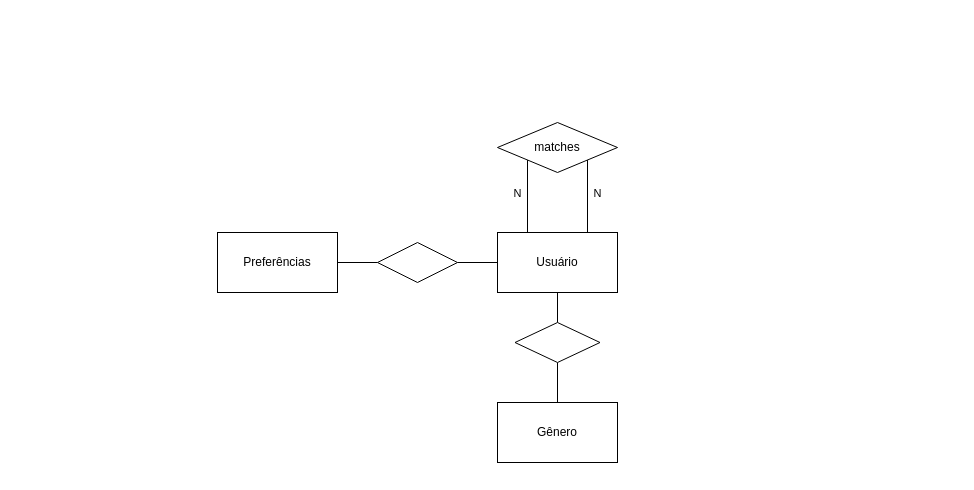
The draw.io diagram ban2_projeto_esquema_logico.drawio in pedroLFaria/ban2_projeto, before the edit. Source tidied: cells renumbered, new cells numbered last; positions are measured from the earlier drawing's top-left corner, leaving out a move shared by most shapes. Both pictures are drawn from the tidied source at 100%, with x=0, y=0 at pixel (217, 122).
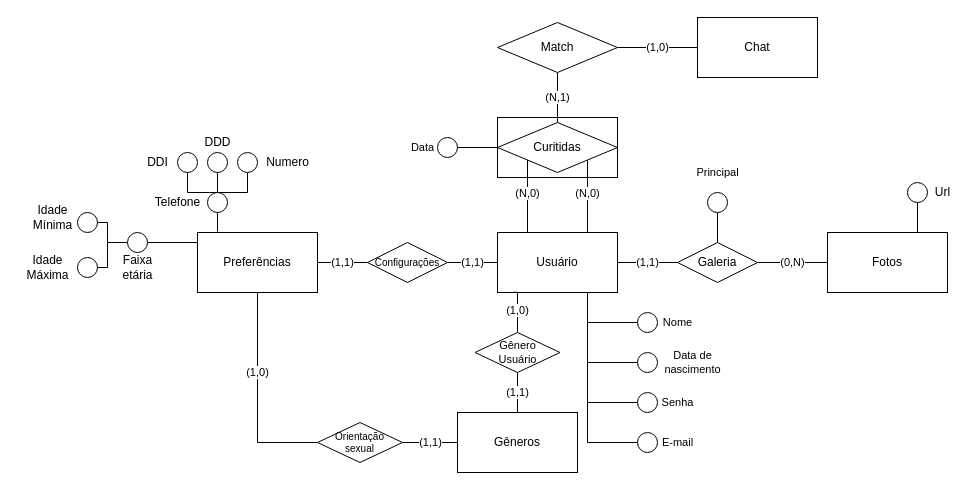
Above is the later version.

The change refers to these unchanged cells:
```xml
<mxCell id="3" value="Usuário" style="rounded=0;whiteSpace=wrap;html=1;" parent="1" vertex="1">
  <mxGeometry x="280" y="110" width="120" height="60" as="geometry" />
</mxCell>
```

The edit, as a diff of the source:
```diff
@@
+    <mxCell id="14" style="rounded=0;whiteSpace=wrap;html=1;fontSize=11;" parent="1" vertex="1">
+      <mxGeometry x="280" y="-5" width="120" height="60" as="geometry" />
+    </mxCell>
-    <mxCell id="2" style="edgeStyle=orthogonalEdgeStyle;rounded=0;jettySize=auto;html=1;endArrow=none;endFill=0;" parent="1" edge="1" source="3" target="12">
+    <mxCell id="2" value="(1,1)" style="edgeStyle=orthogonalEdgeStyle;rounded=0;jettySize=auto;html=1;endArrow=none;endFill=0;" parent="1" edge="1" source="3" target="12">
       <mxGeometry relative="1" as="geometry" />
     </mxCell>
+    <mxCell id="15" value="(1,1)" style="edgeStyle=orthogonalEdgeStyle;rounded=0;jettySize=auto;html=1;endArrow=none;endFill=0;" parent="1" edge="1" source="3" target="23">
+      <mxGeometry relative="1" as="geometry" />
+    </mxCell>
+    <mxCell id="16" style="edgeStyle=orthogonalEdgeStyle;rounded=0;jettySize=auto;html=1;exitX=0.75;exitY=1;exitDx=0;exitDy=0;entryX=0;entryY=0.5;entryDx=0;entryDy=0;fontSize=11;endArrow=none;endFill=0;" parent="1" edge="1" source="3" target="57">
+      <mxGeometry relative="1" as="geometry" />
+    </mxCell>
+    <mxCell id="17" style="edgeStyle=orthogonalEdgeStyle;rounded=0;jettySize=auto;html=1;exitX=0.75;exitY=1;exitDx=0;exitDy=0;entryX=0;entryY=0.5;entryDx=0;entryDy=0;fontSize=11;endArrow=none;endFill=0;" parent="1" edge="1" source="3" target="59">
+      <mxGeometry relative="1" as="geometry" />
+    </mxCell>
+    <mxCell id="18" style="edgeStyle=orthogonalEdgeStyle;rounded=0;jettySize=auto;html=1;exitX=0.75;exitY=1;exitDx=0;exitDy=0;entryX=0;entryY=0.5;entryDx=0;entryDy=0;fontSize=11;endArrow=none;endFill=0;" parent="1" edge="1" source="3" target="61">
+      <mxGeometry relative="1" as="geometry" />
+    </mxCell>
+    <mxCell id="19" style="edgeStyle=orthogonalEdgeStyle;rounded=0;jettySize=auto;html=1;exitX=0.75;exitY=1;exitDx=0;exitDy=0;entryX=0;entryY=0.5;entryDx=0;entryDy=0;fontSize=11;endArrow=none;endFill=0;" parent="1" edge="1" source="3" target="62">
+      <mxGeometry relative="1" as="geometry" />
+    </mxCell>
@@
-    <mxCell id="4" value="N" style="edgeStyle=orthogonalEdgeStyle;rounded=0;jettySize=auto;html=1;exitX=0;exitY=1;exitDx=0;exitDy=0;entryX=0.25;entryY=0;entryDx=0;entryDy=0;endArrow=none;endFill=0;" parent="1" edge="1" source="6" target="3">
-      <mxGeometry x="-0.1" y="-10" relative="1" as="geometry" />
+    <mxCell id="4" value="(N,0)" style="edgeStyle=orthogonalEdgeStyle;rounded=0;jettySize=auto;html=1;exitX=0;exitY=1;exitDx=0;exitDy=0;entryX=0.25;entryY=0;entryDx=0;entryDy=0;endArrow=none;endFill=0;" parent="1" edge="1" source="6" target="3">
+      <mxGeometry x="-0.1" relative="1" as="geometry" />
     </mxCell>
-    <mxCell id="5" value="N" style="edgeStyle=orthogonalEdgeStyle;rounded=0;jettySize=auto;html=1;exitX=1;exitY=1;exitDx=0;exitDy=0;entryX=0.75;entryY=0;entryDx=0;entryDy=0;endArrow=none;endFill=0;" parent="1" edge="1" source="6" target="3">
-      <mxGeometry x="-0.1" y="10" relative="1" as="geometry" />
+    <mxCell id="5" value="(N,0)" style="edgeStyle=orthogonalEdgeStyle;rounded=0;jettySize=auto;html=1;exitX=1;exitY=1;exitDx=0;exitDy=0;entryX=0.75;entryY=0;entryDx=0;entryDy=0;endArrow=none;endFill=0;" parent="1" edge="1" source="6" target="3">
+      <mxGeometry x="-0.1" relative="1" as="geometry" />
     </mxCell>
+    <mxCell id="20" value="(N,1)" style="edgeStyle=orthogonalEdgeStyle;rounded=0;jettySize=auto;html=1;exitX=0.5;exitY=0;exitDx=0;exitDy=0;entryX=0.5;entryY=1;entryDx=0;entryDy=0;fontSize=11;endArrow=none;endFill=0;" parent="1" edge="1" source="6" target="66">
+      <mxGeometry relative="1" as="geometry" />
+    </mxCell>
-    <mxCell id="6" value="matches" style="rhombus;whiteSpace=wrap;html=1;" parent="1" vertex="1">
+    <mxCell id="6" value="Curitidas" style="rhombus;whiteSpace=wrap;html=1;" parent="1" vertex="1">
       <mxGeometry x="280" width="120" height="50" as="geometry" />
     </mxCell>
-    <mxCell id="7" style="edgeStyle=orthogonalEdgeStyle;rounded=0;jettySize=auto;html=1;exitX=0.5;exitY=0;exitDx=0;exitDy=0;entryX=0.5;entryY=1;entryDx=0;entryDy=0;endArrow=none;endFill=0;" parent="1" edge="1" source="9" target="3">
-      <mxGeometry relative="1" as="geometry" />
+    <mxCell id="7" value="(1,0)" style="edgeStyle=orthogonalEdgeStyle;rounded=0;jettySize=auto;html=1;exitX=0.5;exitY=0;exitDx=0;exitDy=0;entryX=0.134;entryY=0.997;entryDx=0;entryDy=0;endArrow=none;endFill=0;entryPerimeter=0;" parent="1" edge="1" source="9" target="3">
+      <mxGeometry relative="1" as="geometry">
+        <Array as="points">
+          <mxPoint x="300" y="170" />
+        </Array>
+      </mxGeometry>
     </mxCell>
-    <mxCell id="8" style="edgeStyle=orthogonalEdgeStyle;rounded=0;jettySize=auto;html=1;exitX=0.5;exitY=1;exitDx=0;exitDy=0;endArrow=none;endFill=0;" parent="1" edge="1" source="9" target="10">
+    <mxCell id="8" value="(1,1)" style="edgeStyle=orthogonalEdgeStyle;rounded=0;jettySize=auto;html=1;exitX=0.5;exitY=1;exitDx=0;exitDy=0;endArrow=none;endFill=0;" parent="1" edge="1" source="9" target="10">
       <mxGeometry relative="1" as="geometry" />
     </mxCell>
-    <mxCell id="9" style="rhombus;whiteSpace=wrap;html=1;" parent="1" vertex="1">
-      <mxGeometry x="297.5" y="200" width="85" height="40" as="geometry" />
+    <mxCell id="9" value="Gênero&lt;br style=&quot;font-size: 11px;&quot;&gt;Usuário" style="rhombus;whiteSpace=wrap;html=1;fontSize=11;" parent="1" vertex="1">
+      <mxGeometry x="257.5" y="210" width="85" height="40" as="geometry" />
     </mxCell>
-    <mxCell id="10" value="Gênero" style="rounded=0;whiteSpace=wrap;html=1;" parent="1" vertex="1">
-      <mxGeometry x="280" y="280" width="120" height="60" as="geometry" />
+    <mxCell id="10" value="Gêneros" style="rounded=0;whiteSpace=wrap;html=1;" parent="1" vertex="1">
+      <mxGeometry x="240" y="290" width="120" height="60" as="geometry" />
     </mxCell>
-    <mxCell id="11" style="edgeStyle=orthogonalEdgeStyle;rounded=0;jettySize=auto;html=1;endArrow=none;endFill=0;" parent="1" edge="1" source="12" target="13">
+    <mxCell id="11" value="(1,1)" style="edgeStyle=orthogonalEdgeStyle;rounded=0;jettySize=auto;html=1;endArrow=none;endFill=0;" parent="1" edge="1" source="12" target="13">
       <mxGeometry relative="1" as="geometry" />
     </mxCell>
-    <mxCell id="12" style="rhombus;whiteSpace=wrap;html=1;rounded=0;" parent="1" vertex="1">
-      <mxGeometry x="160" y="120" width="80" height="40" as="geometry" />
+    <mxCell id="12" value="Configurações" style="rhombus;whiteSpace=wrap;html=1;rounded=0;fontSize=10;" parent="1" vertex="1">
+      <mxGeometry x="150" y="120" width="80" height="40" as="geometry" />
     </mxCell>
+    <mxCell id="21" value="(1,0)" style="edgeStyle=orthogonalEdgeStyle;rounded=0;jettySize=auto;html=1;exitX=0.5;exitY=1;exitDx=0;exitDy=0;endArrow=none;endFill=0;entryX=0;entryY=0.5;entryDx=0;entryDy=0;" parent="1" edge="1" source="13" target="50">
+      <mxGeometry x="-0.24" relative="1" as="geometry" />
+    </mxCell>
     <mxCell id="13" value="Preferências" style="whiteSpace=wrap;html=1;rounded=0;" parent="1" vertex="1">
-      <mxGeometry y="110" width="120" height="60" as="geometry" />
+      <mxGeometry x="-20" y="110" width="120" height="60" as="geometry" />
     </mxCell>
+    <mxCell id="22" value="(0,N)" style="edgeStyle=orthogonalEdgeStyle;rounded=0;jettySize=auto;html=1;endArrow=none;endFill=0;" parent="1" edge="1" source="23" target="24">
+      <mxGeometry relative="1" as="geometry" />
+    </mxCell>
+    <mxCell id="23" value="Galeria" style="rhombus;whiteSpace=wrap;html=1;rounded=0;" parent="1" vertex="1">
+      <mxGeometry x="460" y="120" width="80" height="40" as="geometry" />
+    </mxCell>
+    <mxCell id="24" value="Fotos" style="whiteSpace=wrap;html=1;rounded=0;" parent="1" vertex="1">
+      <mxGeometry x="610" y="110" width="120" height="60" as="geometry" />
+    </mxCell>
+    <mxCell id="25" style="edgeStyle=orthogonalEdgeStyle;rounded=0;jettySize=auto;html=1;exitX=0.5;exitY=1;exitDx=0;exitDy=0;entryX=0.75;entryY=0;entryDx=0;entryDy=0;endArrow=none;endFill=0;" parent="1" edge="1" source="26" target="24">
+      <mxGeometry relative="1" as="geometry" />
+    </mxCell>
+    <mxCell id="26" style="ellipse;whiteSpace=wrap;html=1;" parent="1" vertex="1">
+      <mxGeometry x="690" y="60" width="20" height="20" as="geometry" />
+    </mxCell>
+    <mxCell id="27" value="Url" style="text;html=1;align=center;verticalAlign=middle;strokeColor=none;fillColor=none;" parent="1" vertex="1">
+      <mxGeometry x="710" y="60" width="30" height="20" as="geometry" />
+    </mxCell>
+    <mxCell id="28" style="edgeStyle=orthogonalEdgeStyle;rounded=0;jettySize=auto;html=1;exitX=0.5;exitY=1;exitDx=0;exitDy=0;entryX=0.167;entryY=-0.017;entryDx=0;entryDy=0;entryPerimeter=0;endArrow=none;endFill=0;" parent="1" edge="1" source="32" target="13">
+      <mxGeometry relative="1" as="geometry" />
+    </mxCell>
+    <mxCell id="29" style="edgeStyle=orthogonalEdgeStyle;rounded=0;jettySize=auto;html=1;exitX=0.5;exitY=0;exitDx=0;exitDy=0;entryX=0.5;entryY=1;entryDx=0;entryDy=0;endArrow=none;endFill=0;" parent="1" edge="1" source="32" target="35">
+      <mxGeometry relative="1" as="geometry" />
+    </mxCell>
+    <mxCell id="30" style="edgeStyle=orthogonalEdgeStyle;rounded=0;jettySize=auto;html=1;exitX=0.5;exitY=0;exitDx=0;exitDy=0;entryX=0.5;entryY=1;entryDx=0;entryDy=0;endArrow=none;endFill=0;" parent="1" edge="1" source="32" target="34">
+      <mxGeometry relative="1" as="geometry" />
+    </mxCell>
+    <mxCell id="31" style="edgeStyle=orthogonalEdgeStyle;rounded=0;jettySize=auto;html=1;exitX=0.5;exitY=0;exitDx=0;exitDy=0;entryX=0.5;entryY=1;entryDx=0;entryDy=0;endArrow=none;endFill=0;" parent="1" edge="1" source="32" target="36">
+      <mxGeometry relative="1" as="geometry" />
+    </mxCell>
+    <mxCell id="32" style="ellipse;whiteSpace=wrap;html=1;" parent="1" vertex="1">
+      <mxGeometry x="-10" y="70" width="20" height="20" as="geometry" />
+    </mxCell>
+    <mxCell id="33" value="Telefone" style="text;html=1;align=center;verticalAlign=middle;strokeColor=none;fillColor=none;" parent="1" vertex="1">
+      <mxGeometry x="-70" y="70" width="60" height="20" as="geometry" />
+    </mxCell>
+    <mxCell id="34" style="ellipse;whiteSpace=wrap;html=1;" parent="1" vertex="1">
+      <mxGeometry x="-40" y="30" width="20" height="20" as="geometry" />
+    </mxCell>
+    <mxCell id="35" style="ellipse;whiteSpace=wrap;html=1;" parent="1" vertex="1">
+      <mxGeometry x="-10" y="30" width="20" height="20" as="geometry" />
+    </mxCell>
+    <mxCell id="36" style="ellipse;whiteSpace=wrap;html=1;" parent="1" vertex="1">
+      <mxGeometry x="20" y="30" width="20" height="20" as="geometry" />
+    </mxCell>
+    <mxCell id="37" value="DDI" style="text;html=1;align=center;verticalAlign=middle;strokeColor=none;fillColor=none;" parent="1" vertex="1">
+      <mxGeometry x="-80" y="30" width="40" height="20" as="geometry" />
+    </mxCell>
+    <mxCell id="38" value="DDD" style="text;html=1;align=center;verticalAlign=middle;strokeColor=none;fillColor=none;rotation=0;" parent="1" vertex="1">
+      <mxGeometry x="-20" y="10" width="40" height="20" as="geometry" />
+    </mxCell>
+    <mxCell id="39" value="Numero" style="text;html=1;align=center;verticalAlign=middle;strokeColor=none;fillColor=none;" parent="1" vertex="1">
+      <mxGeometry x="40" y="30" width="60" height="20" as="geometry" />
+    </mxCell>
+    <mxCell id="40" style="edgeStyle=orthogonalEdgeStyle;rounded=0;jettySize=auto;html=1;exitX=1;exitY=0.5;exitDx=0;exitDy=0;entryX=0;entryY=0.25;entryDx=0;entryDy=0;endArrow=none;endFill=0;" parent="1" edge="1" source="43" target="13">
+      <mxGeometry relative="1" as="geometry">
+        <Array as="points">
+          <mxPoint x="-20" y="120" />
+        </Array>
+      </mxGeometry>
+    </mxCell>
+    <mxCell id="41" style="edgeStyle=orthogonalEdgeStyle;rounded=0;jettySize=auto;html=1;exitX=0;exitY=0.5;exitDx=0;exitDy=0;entryX=1;entryY=0.5;entryDx=0;entryDy=0;endArrow=none;endFill=0;" parent="1" edge="1" source="43" target="47">
+      <mxGeometry relative="1" as="geometry">
+        <Array as="points">
+          <mxPoint x="-110" y="120" />
+          <mxPoint x="-110" y="145" />
+        </Array>
+      </mxGeometry>
+    </mxCell>
+    <mxCell id="42" style="edgeStyle=orthogonalEdgeStyle;rounded=0;jettySize=auto;html=1;exitX=0;exitY=0.5;exitDx=0;exitDy=0;entryX=1;entryY=0.5;entryDx=0;entryDy=0;endArrow=none;endFill=0;" parent="1" edge="1" source="43" target="45">
+      <mxGeometry relative="1" as="geometry">
+        <Array as="points">
+          <mxPoint x="-110" y="120" />
+          <mxPoint x="-110" y="100" />
+        </Array>
+      </mxGeometry>
+    </mxCell>
+    <mxCell id="43" style="ellipse;whiteSpace=wrap;html=1;" parent="1" vertex="1">
+      <mxGeometry x="-90" y="110" width="20" height="20" as="geometry" />
+    </mxCell>
+    <mxCell id="44" value="Faixa&lt;br&gt;etária" style="text;html=1;align=center;verticalAlign=middle;strokeColor=none;fillColor=none;" parent="1" vertex="1">
+      <mxGeometry x="-105" y="130" width="50" height="30" as="geometry" />
+    </mxCell>
+    <mxCell id="45" style="ellipse;whiteSpace=wrap;html=1;" parent="1" vertex="1">
+      <mxGeometry x="-140" y="90" width="20" height="20" as="geometry" />
+    </mxCell>
+    <mxCell id="46" value="Idade&lt;br&gt;Mínima" style="text;html=1;align=center;verticalAlign=middle;strokeColor=none;fillColor=none;" parent="1" vertex="1">
+      <mxGeometry x="-190" y="80" width="50" height="30" as="geometry" />
+    </mxCell>
+    <mxCell id="47" style="ellipse;whiteSpace=wrap;html=1;" parent="1" vertex="1">
+      <mxGeometry x="-140" y="135" width="20" height="20" as="geometry" />
+    </mxCell>
+    <mxCell id="48" value="Idade&lt;br&gt;Máxima" style="text;html=1;align=center;verticalAlign=middle;strokeColor=none;fillColor=none;" parent="1" vertex="1">
+      <mxGeometry x="-200" y="130" width="60" height="30" as="geometry" />
+    </mxCell>
+    <mxCell id="49" value="(1,1)" style="edgeStyle=orthogonalEdgeStyle;rounded=0;jettySize=auto;html=1;exitX=1;exitY=0.5;exitDx=0;exitDy=0;entryX=0;entryY=0.5;entryDx=0;entryDy=0;endArrow=none;endFill=0;" parent="1" edge="1" source="50" target="10">
+      <mxGeometry relative="1" as="geometry" />
+    </mxCell>
+    <mxCell id="50" value="Orientação&lt;br style=&quot;font-size: 10px;&quot;&gt;sexual" style="rhombus;whiteSpace=wrap;html=1;fontSize=10;" parent="1" vertex="1">
+      <mxGeometry x="100" y="300" width="85" height="40" as="geometry" />
+    </mxCell>
+    <mxCell id="51" style="edgeStyle=orthogonalEdgeStyle;rounded=0;jettySize=auto;html=1;exitX=1;exitY=0.5;exitDx=0;exitDy=0;entryX=0;entryY=0.5;entryDx=0;entryDy=0;fontSize=11;endArrow=none;endFill=0;" parent="1" edge="1" source="52" target="6">
+      <mxGeometry relative="1" as="geometry" />
+    </mxCell>
+    <mxCell id="52" style="ellipse;whiteSpace=wrap;html=1;" parent="1" vertex="1">
+      <mxGeometry x="220" y="15" width="20" height="20" as="geometry" />
+    </mxCell>
+    <mxCell id="53" style="edgeStyle=orthogonalEdgeStyle;rounded=0;jettySize=auto;html=1;exitX=0.5;exitY=1;exitDx=0;exitDy=0;entryX=0.5;entryY=0;entryDx=0;entryDy=0;fontSize=11;endArrow=none;endFill=0;" parent="1" edge="1" source="54" target="23">
+      <mxGeometry relative="1" as="geometry" />
+    </mxCell>
+    <mxCell id="54" style="ellipse;whiteSpace=wrap;html=1;" parent="1" vertex="1">
+      <mxGeometry x="490" y="70" width="20" height="20" as="geometry" />
+    </mxCell>
+    <mxCell id="55" value="Principal" style="text;html=1;align=center;verticalAlign=middle;strokeColor=none;fillColor=none;fontSize=11;" parent="1" vertex="1">
+      <mxGeometry x="470" y="40" width="60" height="20" as="geometry" />
+    </mxCell>
+    <mxCell id="56" value="Data" style="text;html=1;align=center;verticalAlign=middle;strokeColor=none;fillColor=none;fontSize=11;" parent="1" vertex="1">
+      <mxGeometry x="185" y="15" width="40" height="20" as="geometry" />
+    </mxCell>
+    <mxCell id="57" style="ellipse;whiteSpace=wrap;html=1;" parent="1" vertex="1">
+      <mxGeometry x="420" y="190" width="20" height="20" as="geometry" />
+    </mxCell>
+    <mxCell id="58" value="Nome" style="text;html=1;align=center;verticalAlign=middle;strokeColor=none;fillColor=none;fontSize=11;" parent="1" vertex="1">
+      <mxGeometry x="440" y="190" width="40" height="20" as="geometry" />
+    </mxCell>
+    <mxCell id="59" style="ellipse;whiteSpace=wrap;html=1;" parent="1" vertex="1">
+      <mxGeometry x="420" y="230" width="20" height="20" as="geometry" />
+    </mxCell>
+    <mxCell id="60" value="Data de &lt;br&gt;nascimento" style="text;html=1;align=center;verticalAlign=middle;strokeColor=none;fillColor=none;fontSize=11;" parent="1" vertex="1">
+      <mxGeometry x="440" y="225" width="70" height="30" as="geometry" />
+    </mxCell>
+    <mxCell id="61" style="ellipse;whiteSpace=wrap;html=1;" parent="1" vertex="1">
+      <mxGeometry x="420" y="270" width="20" height="20" as="geometry" />
+    </mxCell>
+    <mxCell id="62" style="ellipse;whiteSpace=wrap;html=1;" parent="1" vertex="1">
+      <mxGeometry x="420" y="310" width="20" height="20" as="geometry" />
+    </mxCell>
+    <mxCell id="63" value="E-mail" style="text;html=1;align=center;verticalAlign=middle;strokeColor=none;fillColor=none;fontSize=11;" parent="1" vertex="1">
+      <mxGeometry x="435" y="310" width="50" height="20" as="geometry" />
+    </mxCell>
+    <mxCell id="64" value="Senha" style="text;html=1;align=center;verticalAlign=middle;strokeColor=none;fillColor=none;fontSize=11;" parent="1" vertex="1">
+      <mxGeometry x="435" y="270" width="50" height="20" as="geometry" />
+    </mxCell>
+    <mxCell id="65" value="(1,0)" style="edgeStyle=orthogonalEdgeStyle;rounded=0;jettySize=auto;html=1;fontSize=11;endArrow=none;endFill=0;" parent="1" edge="1" source="66" target="67">
+      <mxGeometry relative="1" as="geometry" />
+    </mxCell>
+    <mxCell id="66" value="Match" style="rhombus;whiteSpace=wrap;html=1;" parent="1" vertex="1">
+      <mxGeometry x="280" y="-100" width="120" height="50" as="geometry" />
+    </mxCell>
+    <mxCell id="67" value="Chat" style="whiteSpace=wrap;html=1;" parent="1" vertex="1">
+      <mxGeometry x="480" y="-105" width="120" height="60" as="geometry" />
+    </mxCell>
```
